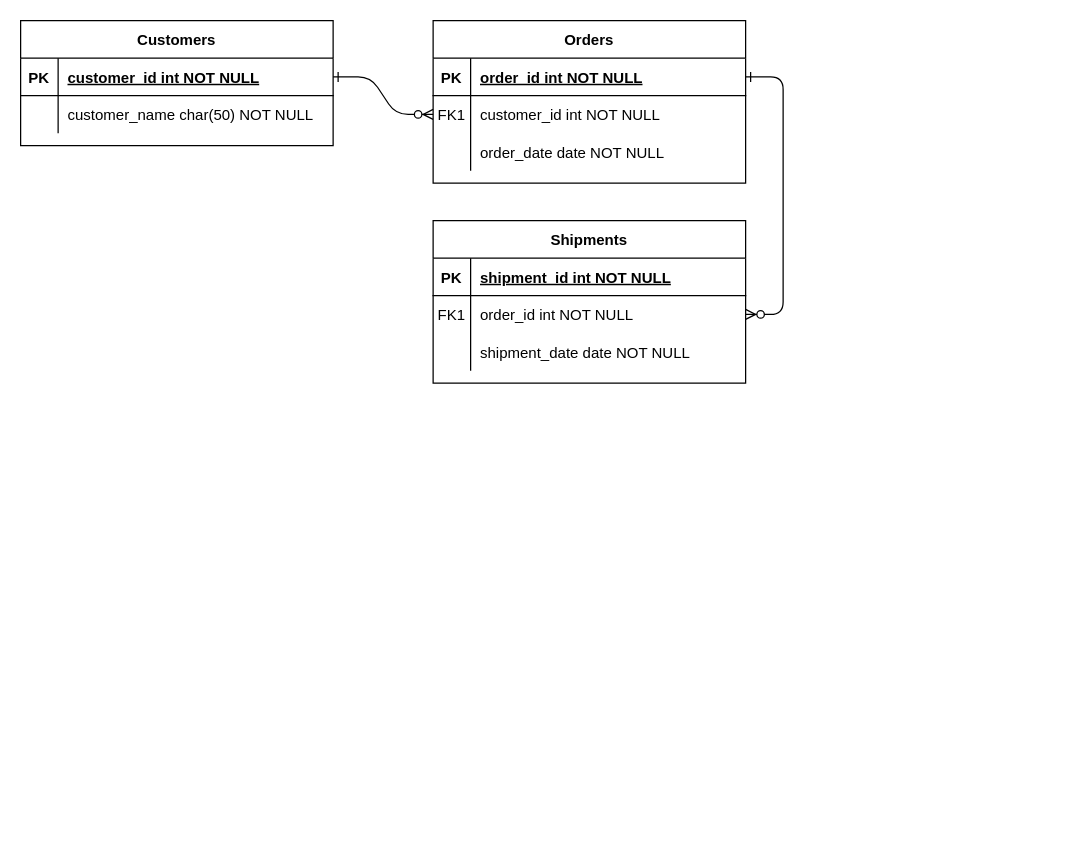
This is Excercises/Sales_ERD.drawio from psyrgkan/DAFT_1022, a draw.io file, before an edit. Source tidied: cells renumbered, new cells numbered last; positions are measured from the earlier drawing's top-left corner, leaving out a move shared by most shapes. Both pictures are drawn from the tidied source at 125%, with x=0, y=0 at pixel (20, 20).
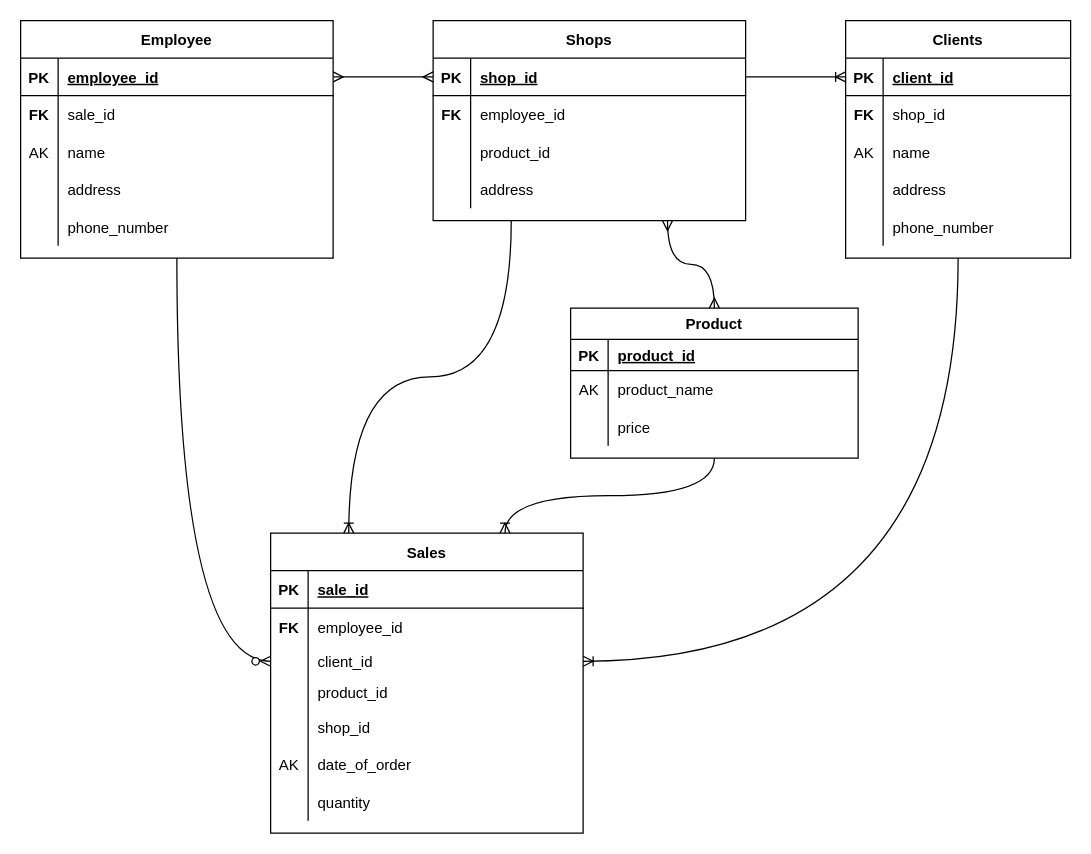
After the change.

Unchanged cells that the change refers to:
```xml
<mxCell id="5" style="shape=partialRectangle;fillColor=none;points=[[0,0.5],[1,0.5]];portConstraint=eastwest;top=0;left=0;right=0;bottom=1;" parent="4" vertex="1">
  <mxGeometry y="30" width="250" height="30" as="geometry" />
</mxCell>
<mxCell id="8" style="shape=partialRectangle;fillColor=none;points=[[0,0.5],[1,0.5]];portConstraint=eastwest;top=0;left=0;right=0;bottom=0;" parent="4" vertex="1">
  <mxGeometry y="60" width="250" height="30" as="geometry" />
</mxCell>
<mxCell id="15" style="shape=partialRectangle;fillColor=none;top=0;left=0;right=0;bottom=1;" parent="14" vertex="1">
  <mxGeometry y="30" width="250" height="30" as="geometry" />
</mxCell>
<mxCell id="18" style="shape=partialRectangle;fillColor=none;points=[[0,0.5],[1,0.5]];portConstraint=eastwest;top=0;left=0;right=0;bottom=0;" parent="14" vertex="1">
  <mxGeometry y="60" width="250" height="30" as="geometry" />
</mxCell>
<mxCell id="25" style="shape=partialRectangle;fillColor=none;points=[[0,0.5],[1,0.5]];portConstraint=eastwest;top=0;left=0;right=0;bottom=1;" parent="24" vertex="1">
  <mxGeometry y="30" width="250" height="30" as="geometry" />
</mxCell>
<mxCell id="28" style="shape=partialRectangle;fillColor=none;top=0;left=0;right=0;bottom=0;" parent="24" vertex="1">
  <mxGeometry y="60" width="250" height="30" as="geometry" />
</mxCell>
```

The edit, as a diff of the source:
```diff
@@
-    <mxCell id="2" style="edgeStyle=entityRelationEdgeStyle;endArrow=ERzeroToMany;startArrow=ERone;endFill=1;startFill=0;" parent="1" edge="1" source="25" target="8">
-      <mxGeometry relative="1" as="geometry" />
-    </mxCell>
-    <mxCell id="3" style="edgeStyle=entityRelationEdgeStyle;endArrow=ERzeroToMany;startArrow=ERone;endFill=1;startFill=0;" parent="1" edge="1" source="5" target="18">
-      <mxGeometry relative="1" as="geometry" />
-    </mxCell>
-    <mxCell id="4" value="Orders" style="shape=table;startSize=30;childLayout=tableLayout;rowLines=0;fontStyle=1;align=center;" parent="1" vertex="1">
-      <mxGeometry x="330" width="250" height="130" as="geometry" />
+    <mxCell id="4" value="Shops" style="shape=table;startSize=30;childLayout=tableLayout;rowLines=0;fontStyle=1;align=center;" parent="1" vertex="1">
+      <mxGeometry x="330" width="250" height="160" as="geometry" />
     </mxCell>
@@
-    <mxCell id="7" value="order_id int NOT NULL " style="shape=partialRectangle;overflow=hidden;fillColor=none;top=0;left=0;bottom=0;right=0;align=left;spacingLeft=6;fontStyle=5;" parent="5" vertex="1">
+    <mxCell id="7" value="shop_id" style="shape=partialRectangle;overflow=hidden;fillColor=none;top=0;left=0;bottom=0;right=0;align=left;spacingLeft=6;fontStyle=5;" parent="5" vertex="1">
       <mxGeometry x="30" width="220" height="30" as="geometry" />
     </mxCell>
@@
-    <mxCell id="9" value="FK1" style="shape=partialRectangle;overflow=hidden;fillColor=none;top=0;left=0;bottom=0;right=0;" parent="8" vertex="1">
+    <mxCell id="9" value="FK" style="shape=partialRectangle;overflow=hidden;fillColor=none;top=0;left=0;bottom=0;right=0;fontStyle=1;" parent="8" vertex="1">
       <mxGeometry width="30" height="30" as="geometry" />
     </mxCell>
-    <mxCell id="10" value="customer_id int NOT NULL" style="shape=partialRectangle;overflow=hidden;fillColor=none;top=0;left=0;bottom=0;right=0;align=left;spacingLeft=6;" parent="8" vertex="1">
+    <mxCell id="10" value="employee_id" style="shape=partialRectangle;overflow=hidden;fillColor=none;top=0;left=0;bottom=0;right=0;align=left;spacingLeft=6;" parent="8" vertex="1">
       <mxGeometry x="30" width="220" height="30" as="geometry" />
     </mxCell>
-    <mxCell id="11" style="shape=partialRectangle;fillColor=none;top=0;left=0;right=0;bottom=0;" parent="4" vertex="1">
-      <mxGeometry y="90" width="250" height="30" as="geometry" />
-    </mxCell>
-    <mxCell id="12" style="shape=partialRectangle;overflow=hidden;fillColor=none;top=0;left=0;bottom=0;right=0;" parent="11" vertex="1">
-      <mxGeometry width="30" height="30" as="geometry" />
-    </mxCell>
-    <mxCell id="13" value="order_date date NOT NULL" style="shape=partialRectangle;overflow=hidden;fillColor=none;top=0;left=0;bottom=0;right=0;align=left;spacingLeft=6;" parent="11" vertex="1">
-      <mxGeometry x="30" width="220" height="30" as="geometry" />
-    </mxCell>
+    <mxCell id="31" style="shape=tableRow;horizontal=0;startSize=0;swimlaneHead=0;swimlaneBody=0;fillColor=none;top=0;left=0;right=0;bottom=0;" parent="4" vertex="1">
+      <mxGeometry y="90" width="250" height="30" as="geometry" />
+    </mxCell>
+    <mxCell id="32" style="shape=partialRectangle;fillColor=none;top=0;left=0;bottom=0;right=0;overflow=hidden;" parent="31" vertex="1">
+      <mxGeometry width="30" height="30" as="geometry" />
+    </mxCell>
+    <mxCell id="33" value="product_id" style="shape=partialRectangle;fillColor=none;top=0;left=0;bottom=0;right=0;align=left;spacingLeft=6;overflow=hidden;" parent="31" vertex="1">
+      <mxGeometry x="30" width="220" height="30" as="geometry" />
+    </mxCell>
+    <mxCell id="34" style="shape=tableRow;horizontal=0;startSize=0;swimlaneHead=0;swimlaneBody=0;fillColor=none;top=0;left=0;right=0;bottom=0;" parent="4" vertex="1">
+      <mxGeometry y="120" width="250" height="30" as="geometry" />
+    </mxCell>
+    <mxCell id="35" style="shape=partialRectangle;fillColor=none;top=0;left=0;bottom=0;right=0;overflow=hidden;" parent="34" vertex="1">
+      <mxGeometry width="30" height="30" as="geometry" />
+    </mxCell>
+    <mxCell id="36" value="address" style="shape=partialRectangle;fillColor=none;top=0;left=0;bottom=0;right=0;align=left;spacingLeft=6;overflow=hidden;" parent="34" vertex="1">
+      <mxGeometry x="30" width="220" height="30" as="geometry" />
+    </mxCell>
-    <mxCell id="14" value="Shipments" style="shape=table;startSize=30;childLayout=tableLayout;rowLines=0;fontStyle=1;align=center;" parent="1" vertex="1">
-      <mxGeometry x="330" y="160" width="250" height="130" as="geometry" />
+    <mxCell id="14" value="Sales" style="shape=table;startSize=30;childLayout=tableLayout;rowLines=0;fontStyle=1;align=center;" parent="1" vertex="1">
+      <mxGeometry x="200" y="410" width="250" height="240" as="geometry" />
     </mxCell>
@@
-    <mxCell id="17" value="shipment_id int NOT NULL " style="shape=partialRectangle;overflow=hidden;fillColor=none;top=0;left=0;bottom=0;right=0;align=left;spacingLeft=6;fontStyle=5;" parent="15" vertex="1">
+    <mxCell id="17" value="sale_id" style="shape=partialRectangle;overflow=hidden;fillColor=none;top=0;left=0;bottom=0;right=0;align=left;spacingLeft=6;fontStyle=5;" parent="15" vertex="1">
       <mxGeometry x="30" width="220" height="30" as="geometry" />
     </mxCell>
@@
-    <mxCell id="19" value="FK1" style="shape=partialRectangle;overflow=hidden;fillColor=none;top=0;left=0;bottom=0;right=0;" parent="18" vertex="1">
+    <mxCell id="19" value="FK" style="shape=partialRectangle;overflow=hidden;fillColor=none;top=0;left=0;bottom=0;right=0;fontStyle=1;" parent="18" vertex="1">
       <mxGeometry width="30" height="30" as="geometry" />
     </mxCell>
-    <mxCell id="20" value="order_id int NOT NULL" style="shape=partialRectangle;overflow=hidden;fillColor=none;top=0;left=0;bottom=0;right=0;align=left;spacingLeft=6;" parent="18" vertex="1">
+    <mxCell id="20" value="employee_id" style="shape=partialRectangle;overflow=hidden;fillColor=none;top=0;left=0;bottom=0;right=0;align=left;spacingLeft=6;" parent="18" vertex="1">
       <mxGeometry x="30" width="220" height="30" as="geometry" />
     </mxCell>
     <mxCell id="21" style="shape=partialRectangle;fillColor=none;points=[[0,0.5],[1,0.5]];portConstraint=eastwest;top=0;left=0;right=0;bottom=0;" parent="14" vertex="1">
-      <mxGeometry y="90" width="250" height="30" as="geometry" />
+      <mxGeometry y="90" width="250" height="25" as="geometry" />
     </mxCell>
-    <mxCell id="22" style="shape=partialRectangle;overflow=hidden;fillColor=none;top=0;left=0;bottom=0;right=0;" parent="21" vertex="1">
-      <mxGeometry width="30" height="30" as="geometry" />
+    <mxCell id="22" style="shape=partialRectangle;overflow=hidden;fillColor=none;top=0;left=0;bottom=0;right=0;fontStyle=1;" parent="21" vertex="1">
+      <mxGeometry width="30" height="25" as="geometry" />
     </mxCell>
-    <mxCell id="23" value="shipment_date date NOT NULL" style="shape=partialRectangle;overflow=hidden;fillColor=none;top=0;left=0;bottom=0;right=0;align=left;spacingLeft=6;" parent="21" vertex="1">
-      <mxGeometry x="30" width="220" height="30" as="geometry" />
+    <mxCell id="23" value="client_id" style="shape=partialRectangle;overflow=hidden;fillColor=none;top=0;left=0;bottom=0;right=0;align=left;spacingLeft=6;" parent="21" vertex="1">
+      <mxGeometry x="30" width="220" height="25" as="geometry" />
     </mxCell>
+    <mxCell id="37" style="shape=tableRow;horizontal=0;startSize=0;swimlaneHead=0;swimlaneBody=0;fillColor=none;top=0;left=0;right=0;bottom=0;" parent="14" vertex="1">
+      <mxGeometry y="115" width="250" height="25" as="geometry" />
+    </mxCell>
+    <mxCell id="38" style="shape=partialRectangle;fillColor=none;top=0;left=0;bottom=0;right=0;overflow=hidden;fontStyle=1;" parent="37" vertex="1">
+      <mxGeometry width="30" height="25" as="geometry" />
+    </mxCell>
+    <mxCell id="39" value="product_id" style="shape=partialRectangle;fillColor=none;top=0;left=0;bottom=0;right=0;align=left;spacingLeft=6;overflow=hidden;" parent="37" vertex="1">
+      <mxGeometry x="30" width="220" height="25" as="geometry" />
+    </mxCell>
+    <mxCell id="40" style="shape=tableRow;horizontal=0;startSize=0;swimlaneHead=0;swimlaneBody=0;fillColor=none;top=0;left=0;right=0;bottom=0;" parent="14" vertex="1">
+      <mxGeometry y="140" width="250" height="30" as="geometry" />
+    </mxCell>
+    <mxCell id="41" style="shape=partialRectangle;fillColor=none;top=0;left=0;bottom=0;right=0;overflow=hidden;" parent="40" vertex="1">
+      <mxGeometry width="30" height="30" as="geometry" />
+    </mxCell>
+    <mxCell id="42" value="shop_id" style="shape=partialRectangle;fillColor=none;top=0;left=0;bottom=0;right=0;align=left;spacingLeft=6;overflow=hidden;" parent="40" vertex="1">
+      <mxGeometry x="30" width="220" height="30" as="geometry" />
+    </mxCell>
+    <mxCell id="43" style="shape=tableRow;horizontal=0;startSize=0;swimlaneHead=0;swimlaneBody=0;fillColor=none;top=0;left=0;right=0;bottom=0;" parent="14" vertex="1">
+      <mxGeometry y="170" width="250" height="30" as="geometry" />
+    </mxCell>
+    <mxCell id="44" value="AK" style="shape=partialRectangle;fillColor=none;top=0;left=0;bottom=0;right=0;overflow=hidden;fontStyle=0;" parent="43" vertex="1">
+      <mxGeometry width="30" height="30" as="geometry" />
+    </mxCell>
+    <mxCell id="45" value="date_of_order" style="shape=partialRectangle;fillColor=none;top=0;left=0;bottom=0;right=0;align=left;spacingLeft=6;overflow=hidden;" parent="43" vertex="1">
+      <mxGeometry x="30" width="220" height="30" as="geometry" />
+    </mxCell>
+    <mxCell id="46" style="shape=tableRow;horizontal=0;startSize=0;swimlaneHead=0;swimlaneBody=0;fillColor=none;top=0;left=0;right=0;bottom=0;" parent="14" vertex="1">
+      <mxGeometry y="200" width="250" height="30" as="geometry" />
+    </mxCell>
+    <mxCell id="47" style="shape=partialRectangle;fillColor=none;top=0;left=0;bottom=0;right=0;overflow=hidden;" parent="46" vertex="1">
+      <mxGeometry width="30" height="30" as="geometry" />
+    </mxCell>
+    <mxCell id="48" value="quantity" style="shape=partialRectangle;fillColor=none;top=0;left=0;bottom=0;right=0;align=left;spacingLeft=6;overflow=hidden;" parent="46" vertex="1">
+      <mxGeometry x="30" width="220" height="30" as="geometry" />
+    </mxCell>
-    <mxCell id="24" value="Customers" style="shape=table;startSize=30;childLayout=tableLayout;rowLines=0;fontStyle=1;align=center;" parent="1" vertex="1">
-      <mxGeometry width="250" height="100" as="geometry" />
+    <mxCell id="24" value="Employee" style="shape=table;startSize=30;childLayout=tableLayout;rowLines=0;fontStyle=1;align=center;" parent="1" vertex="1">
+      <mxGeometry width="250" height="190" as="geometry" />
     </mxCell>
@@
-    <mxCell id="27" value="customer_id int NOT NULL " style="shape=partialRectangle;overflow=hidden;fillColor=none;top=0;left=0;bottom=0;right=0;align=left;spacingLeft=6;fontStyle=5;" parent="25" vertex="1">
+    <mxCell id="27" value="employee_id" style="shape=partialRectangle;overflow=hidden;fillColor=none;top=0;left=0;bottom=0;right=0;align=left;spacingLeft=6;fontStyle=5;" parent="25" vertex="1">
       <mxGeometry x="30" width="220" height="30" as="geometry" />
     </mxCell>
@@
-    <mxCell id="29" style="shape=partialRectangle;overflow=hidden;fillColor=none;top=0;left=0;bottom=0;right=0;" parent="28" vertex="1">
+    <mxCell id="29" value="FK" style="shape=partialRectangle;overflow=hidden;fillColor=none;top=0;left=0;bottom=0;right=0;fontStyle=1;" parent="28" vertex="1">
       <mxGeometry width="30" height="30" as="geometry" />
     </mxCell>
-    <mxCell id="30" value="customer_name char(50) NOT NULL" style="shape=partialRectangle;overflow=hidden;fillColor=none;top=0;left=0;bottom=0;right=0;align=left;spacingLeft=6;" parent="28" vertex="1">
+    <mxCell id="30" value="sale_id " style="shape=partialRectangle;overflow=hidden;fillColor=none;top=0;left=0;bottom=0;right=0;align=left;spacingLeft=6;" parent="28" vertex="1">
       <mxGeometry x="30" width="220" height="30" as="geometry" />
     </mxCell>
+    <mxCell id="49" style="shape=tableRow;horizontal=0;startSize=0;swimlaneHead=0;swimlaneBody=0;fillColor=none;top=0;left=0;right=0;bottom=0;" parent="24" vertex="1">
+      <mxGeometry y="90" width="250" height="30" as="geometry" />
+    </mxCell>
+    <mxCell id="50" value="AK" style="shape=partialRectangle;fillColor=none;top=0;left=0;bottom=0;right=0;overflow=hidden;" parent="49" vertex="1">
+      <mxGeometry width="30" height="30" as="geometry" />
+    </mxCell>
+    <mxCell id="51" value="name" style="shape=partialRectangle;fillColor=none;top=0;left=0;bottom=0;right=0;align=left;spacingLeft=6;overflow=hidden;" parent="49" vertex="1">
+      <mxGeometry x="30" width="220" height="30" as="geometry" />
+    </mxCell>
+    <mxCell id="52" style="shape=tableRow;horizontal=0;startSize=0;swimlaneHead=0;swimlaneBody=0;fillColor=none;top=0;left=0;right=0;bottom=0;" parent="24" vertex="1">
+      <mxGeometry y="120" width="250" height="30" as="geometry" />
+    </mxCell>
+    <mxCell id="53" style="shape=partialRectangle;fillColor=none;top=0;left=0;bottom=0;right=0;overflow=hidden;" parent="52" vertex="1">
+      <mxGeometry width="30" height="30" as="geometry" />
+    </mxCell>
+    <mxCell id="54" value="address" style="shape=partialRectangle;fillColor=none;top=0;left=0;bottom=0;right=0;align=left;spacingLeft=6;overflow=hidden;" parent="52" vertex="1">
+      <mxGeometry x="30" width="220" height="30" as="geometry" />
+    </mxCell>
+    <mxCell id="55" style="shape=tableRow;horizontal=0;startSize=0;swimlaneHead=0;swimlaneBody=0;fillColor=none;top=0;left=0;right=0;bottom=0;" parent="24" vertex="1">
+      <mxGeometry y="150" width="250" height="30" as="geometry" />
+    </mxCell>
+    <mxCell id="56" style="shape=partialRectangle;fillColor=none;top=0;left=0;bottom=0;right=0;overflow=hidden;" parent="55" vertex="1">
+      <mxGeometry width="30" height="30" as="geometry" />
+    </mxCell>
+    <mxCell id="57" value="phone_number" style="shape=partialRectangle;fillColor=none;top=0;left=0;bottom=0;right=0;align=left;spacingLeft=6;overflow=hidden;" parent="55" vertex="1">
+      <mxGeometry x="30" width="220" height="30" as="geometry" />
+    </mxCell>
+    <mxCell id="58" value="Clients" style="shape=table;startSize=30;childLayout=tableLayout;rowLines=0;fontStyle=1;align=center;" parent="1" vertex="1">
+      <mxGeometry x="660" width="180" height="190" as="geometry" />
+    </mxCell>
+    <mxCell id="59" style="shape=tableRow;horizontal=0;startSize=0;swimlaneHead=0;swimlaneBody=0;fillColor=none;points=[[0,0.5],[1,0.5]];portConstraint=eastwest;top=0;left=0;right=0;bottom=1;" parent="58" vertex="1">
+      <mxGeometry y="30" width="180" height="30" as="geometry" />
+    </mxCell>
+    <mxCell id="60" value="PK" style="shape=partialRectangle;fillColor=none;top=0;left=0;bottom=0;right=0;fontStyle=1;overflow=hidden;" parent="59" vertex="1">
+      <mxGeometry width="30" height="30" as="geometry" />
+    </mxCell>
+    <mxCell id="61" value="client_id" style="shape=partialRectangle;fillColor=none;top=0;left=0;bottom=0;right=0;align=left;spacingLeft=6;fontStyle=5;overflow=hidden;" parent="59" vertex="1">
+      <mxGeometry x="30" width="150" height="30" as="geometry" />
+    </mxCell>
+    <mxCell id="62" style="shape=tableRow;horizontal=0;startSize=0;swimlaneHead=0;swimlaneBody=0;fillColor=none;top=0;left=0;right=0;bottom=0;" parent="58" vertex="1">
+      <mxGeometry y="60" width="180" height="30" as="geometry" />
+    </mxCell>
+    <mxCell id="63" value="FK" style="shape=partialRectangle;fillColor=none;top=0;left=0;bottom=0;right=0;overflow=hidden;fontStyle=1;" parent="62" vertex="1">
+      <mxGeometry width="30" height="30" as="geometry" />
+    </mxCell>
+    <mxCell id="64" value="shop_id" style="shape=partialRectangle;fillColor=none;top=0;left=0;bottom=0;right=0;align=left;spacingLeft=6;overflow=hidden;" parent="62" vertex="1">
+      <mxGeometry x="30" width="150" height="30" as="geometry" />
+    </mxCell>
+    <mxCell id="65" style="shape=tableRow;horizontal=0;startSize=0;swimlaneHead=0;swimlaneBody=0;fillColor=none;top=0;left=0;right=0;bottom=0;" parent="58" vertex="1">
+      <mxGeometry y="90" width="180" height="30" as="geometry" />
+    </mxCell>
+    <mxCell id="66" value="AK" style="shape=partialRectangle;fillColor=none;top=0;left=0;bottom=0;right=0;overflow=hidden;" parent="65" vertex="1">
+      <mxGeometry width="30" height="30" as="geometry" />
+    </mxCell>
+    <mxCell id="67" value="name" style="shape=partialRectangle;fillColor=none;top=0;left=0;bottom=0;right=0;align=left;spacingLeft=6;overflow=hidden;" parent="65" vertex="1">
+      <mxGeometry x="30" width="150" height="30" as="geometry" />
+    </mxCell>
+    <mxCell id="68" style="shape=tableRow;horizontal=0;startSize=0;swimlaneHead=0;swimlaneBody=0;fillColor=none;top=0;left=0;right=0;bottom=0;" parent="58" vertex="1">
+      <mxGeometry y="120" width="180" height="30" as="geometry" />
+    </mxCell>
+    <mxCell id="69" style="shape=partialRectangle;fillColor=none;top=0;left=0;bottom=0;right=0;overflow=hidden;" parent="68" vertex="1">
+      <mxGeometry width="30" height="30" as="geometry" />
+    </mxCell>
+    <mxCell id="70" value="address" style="shape=partialRectangle;fillColor=none;top=0;left=0;bottom=0;right=0;align=left;spacingLeft=6;overflow=hidden;" parent="68" vertex="1">
+      <mxGeometry x="30" width="150" height="30" as="geometry" />
+    </mxCell>
+    <mxCell id="71" style="shape=tableRow;horizontal=0;startSize=0;swimlaneHead=0;swimlaneBody=0;fillColor=none;top=0;left=0;right=0;bottom=0;" parent="58" vertex="1">
+      <mxGeometry y="150" width="180" height="30" as="geometry" />
+    </mxCell>
+    <mxCell id="72" style="shape=partialRectangle;fillColor=none;top=0;left=0;bottom=0;right=0;overflow=hidden;" parent="71" vertex="1">
+      <mxGeometry width="30" height="30" as="geometry" />
+    </mxCell>
+    <mxCell id="73" value="phone_number" style="shape=partialRectangle;fillColor=none;top=0;left=0;bottom=0;right=0;align=left;spacingLeft=6;overflow=hidden;" parent="71" vertex="1">
+      <mxGeometry x="30" width="150" height="30" as="geometry" />
+    </mxCell>
+    <mxCell id="74" value="Product" style="shape=table;startSize=25;childLayout=tableLayout;rowLines=0;fontStyle=1;align=center;" parent="1" vertex="1">
+      <mxGeometry x="440" y="230" width="230" height="120" as="geometry" />
+    </mxCell>
+    <mxCell id="75" style="shape=tableRow;horizontal=0;startSize=0;swimlaneHead=0;swimlaneBody=0;fillColor=none;top=0;left=0;right=0;bottom=1;" parent="74" vertex="1">
+      <mxGeometry y="25" width="230" height="25" as="geometry" />
+    </mxCell>
+    <mxCell id="76" value="PK" style="shape=partialRectangle;fillColor=none;top=0;left=0;bottom=0;right=0;fontStyle=1;overflow=hidden;" parent="75" vertex="1">
+      <mxGeometry width="30" height="25" as="geometry" />
+    </mxCell>
+    <mxCell id="77" value="product_id" style="shape=partialRectangle;fillColor=none;top=0;left=0;bottom=0;right=0;align=left;spacingLeft=6;fontStyle=5;overflow=hidden;" parent="75" vertex="1">
+      <mxGeometry x="30" width="200" height="25" as="geometry" />
+    </mxCell>
+    <mxCell id="78" style="shape=tableRow;horizontal=0;startSize=0;swimlaneHead=0;swimlaneBody=0;fillColor=none;top=0;left=0;right=0;bottom=0;" parent="74" vertex="1">
+      <mxGeometry y="50" width="230" height="30" as="geometry" />
+    </mxCell>
+    <mxCell id="79" value="AK" style="shape=partialRectangle;fillColor=none;top=0;left=0;bottom=0;right=0;overflow=hidden;" parent="78" vertex="1">
+      <mxGeometry width="30" height="30" as="geometry" />
+    </mxCell>
+    <mxCell id="80" value="product_name" style="shape=partialRectangle;fillColor=none;top=0;left=0;bottom=0;right=0;align=left;spacingLeft=6;overflow=hidden;" parent="78" vertex="1">
+      <mxGeometry x="30" width="200" height="30" as="geometry" />
+    </mxCell>
+    <mxCell id="81" style="shape=tableRow;horizontal=0;startSize=0;swimlaneHead=0;swimlaneBody=0;fillColor=none;top=0;left=0;right=0;bottom=0;" parent="74" vertex="1">
+      <mxGeometry y="80" width="230" height="30" as="geometry" />
+    </mxCell>
+    <mxCell id="82" style="shape=partialRectangle;fillColor=none;top=0;left=0;bottom=0;right=0;overflow=hidden;" parent="81" vertex="1">
+      <mxGeometry width="30" height="30" as="geometry" />
+    </mxCell>
+    <mxCell id="83" value="price" style="shape=partialRectangle;fillColor=none;top=0;left=0;bottom=0;right=0;align=left;spacingLeft=6;overflow=hidden;" parent="81" vertex="1">
+      <mxGeometry x="30" width="200" height="30" as="geometry" />
+    </mxCell>
+    <mxCell id="84" style="shape=tableRow;horizontal=0;startSize=0;swimlaneHead=0;swimlaneBody=0;fillColor=none;top=0;left=0;right=0;bottom=0;" parent="1" vertex="1">
+      <mxGeometry x="560" y="275" width="250" height="30" as="geometry" />
+    </mxCell>
+    <mxCell id="85" style="edgeStyle=orthogonalEdgeStyle;fontSize=12;html=1;endArrow=ERoneToMany;rounded=0;exitX=0.5;exitY=1;exitDx=0;exitDy=0;curved=1;entryX=0.75;entryY=0;entryDx=0;entryDy=0;" parent="1" edge="1" source="74" target="14">
+      <mxGeometry relative="1" as="geometry" />
+    </mxCell>
+    <mxCell id="86" style="edgeStyle=entityRelationEdgeStyle;fontSize=12;html=1;endArrow=ERoneToMany;rounded=0;curved=1;exitX=1;exitY=0.5;exitDx=0;exitDy=0;entryX=0;entryY=0.5;entryDx=0;entryDy=0;" parent="1" edge="1" source="5" target="59">
+      <mxGeometry relative="1" as="geometry" />
+    </mxCell>
+    <mxCell id="87" style="edgeStyle=orthogonalEdgeStyle;fontSize=12;html=1;endArrow=ERoneToMany;rounded=0;curved=1;entryX=1;entryY=0.5;entryDx=0;entryDy=0;exitX=0.5;exitY=1;exitDx=0;exitDy=0;" parent="1" edge="1" source="58" target="21">
+      <mxGeometry relative="1" as="geometry" />
+    </mxCell>
+    <mxCell id="88" style="edgeStyle=orthogonalEdgeStyle;fontSize=12;html=1;endArrow=ERzeroToMany;endFill=1;rounded=0;entryX=0;entryY=0.5;entryDx=0;entryDy=0;exitX=0.5;exitY=1;exitDx=0;exitDy=0;curved=1;" parent="1" edge="1" source="24" target="21">
+      <mxGeometry relative="1" as="geometry" />
+    </mxCell>
+    <mxCell id="89" style="edgeStyle=orthogonalEdgeStyle;fontSize=12;html=1;endArrow=ERmany;startArrow=ERmany;rounded=0;curved=1;entryX=0.5;entryY=0;entryDx=0;entryDy=0;exitX=0.75;exitY=1;exitDx=0;exitDy=0;" parent="1" edge="1" source="4" target="74">
+      <mxGeometry relative="1" as="geometry" />
+    </mxCell>
+    <mxCell id="90" style="edgeStyle=orthogonalEdgeStyle;fontSize=12;html=1;endArrow=ERmany;startArrow=ERmany;rounded=0;curved=1;entryX=1;entryY=0.5;entryDx=0;entryDy=0;exitX=0;exitY=0.5;exitDx=0;exitDy=0;" parent="1" edge="1" source="5" target="25">
+      <mxGeometry relative="1" as="geometry" />
+    </mxCell>
+    <mxCell id="91" style="edgeStyle=orthogonalEdgeStyle;fontSize=12;html=1;endArrow=ERoneToMany;rounded=0;curved=1;exitX=0.25;exitY=1;exitDx=0;exitDy=0;entryX=0.25;entryY=0;entryDx=0;entryDy=0;" parent="1" edge="1" source="4" target="14">
+      <mxGeometry relative="1" as="geometry" />
+    </mxCell>
```
